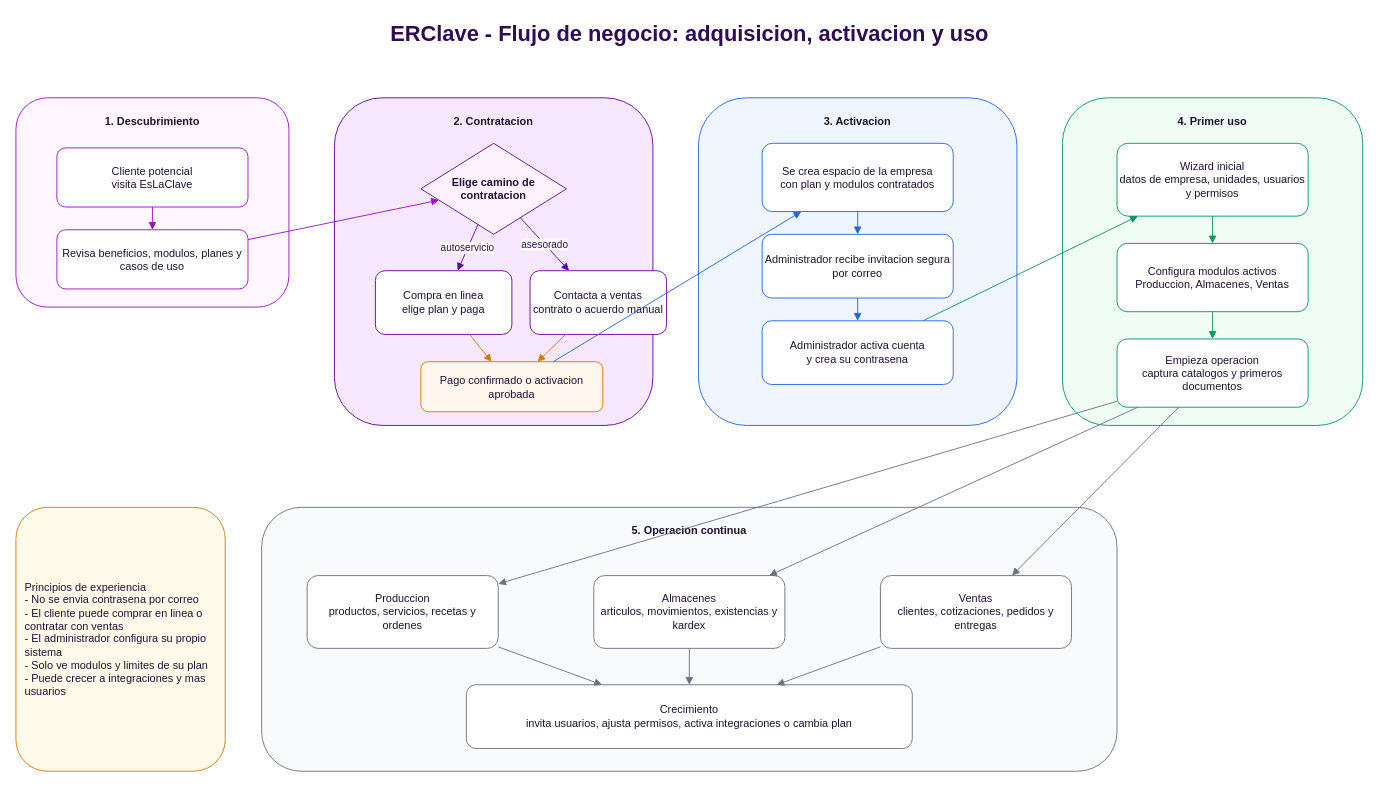
Before: docs/arquitectura/diagramas/flujo_negocio_adquisicion_uso.drawio in ChemaPsan/eslaclave-erclave, a draw.io diagram. Source tidied: cells renumbered, new cells numbered last; positions are measured from the earlier drawing's top-left corner, leaving out a move shared by most shapes. Both pictures are drawn from the tidied source at 91%, with x=0, y=0 at pixel (15, 15).
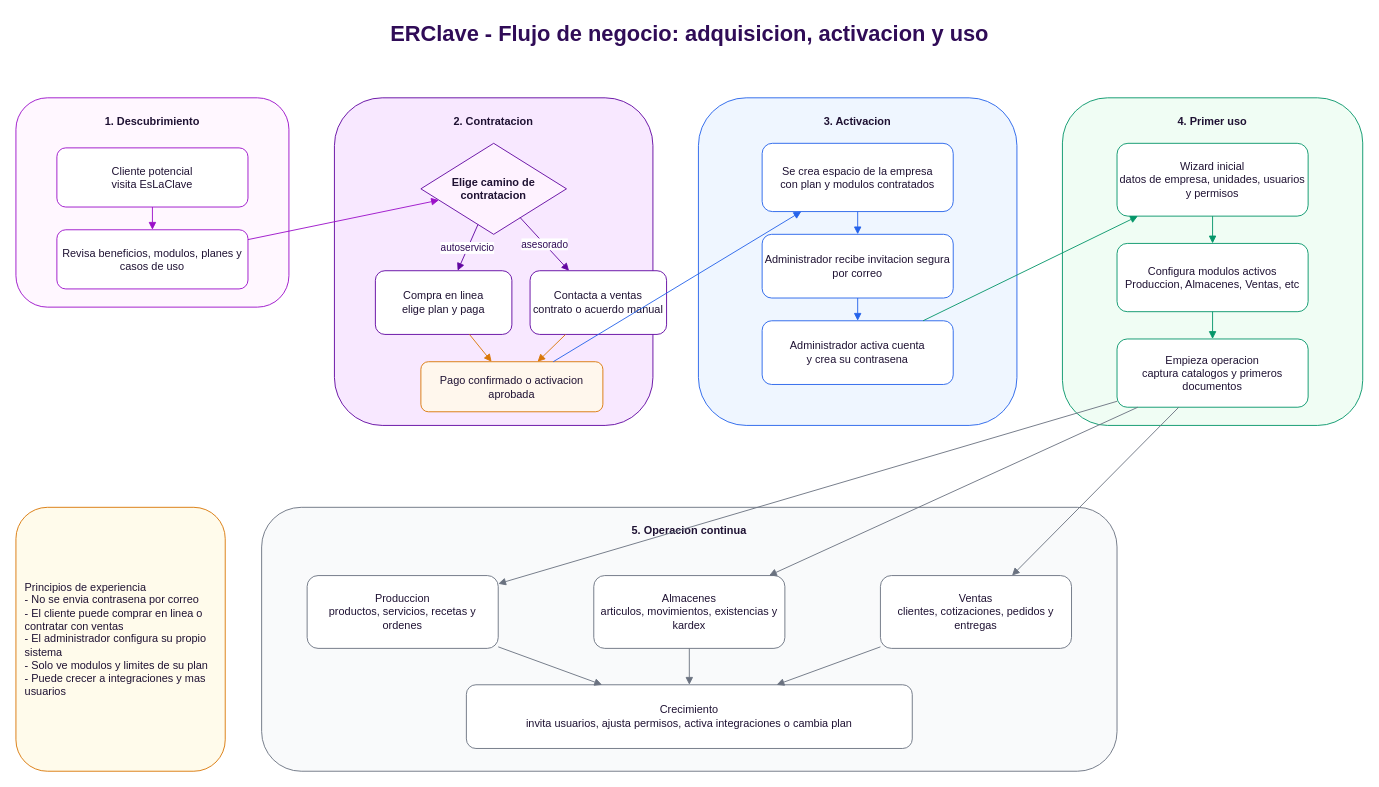
After the change.

Diff of the diagram source:
```diff
@@
-    <mxCell id="18" value="Configura modulos activos&#10;Produccion, Almacenes, Ventas" style="rounded=1;whiteSpace=wrap;html=1;fillColor=#FFFFFF;strokeColor=#059669;fontColor=#1F1233;" parent="1" vertex="1">
+    <mxCell id="18" value="Configura modulos activos&lt;br&gt;Produccion, Almacenes, Ventas, etc" style="rounded=1;whiteSpace=wrap;html=1;fillColor=#FFFFFF;strokeColor=#059669;fontColor=#1F1233;" parent="1" vertex="1">
       <mxGeometry x="1210" y="250" width="210" height="75" as="geometry" />
     </mxCell>
```
